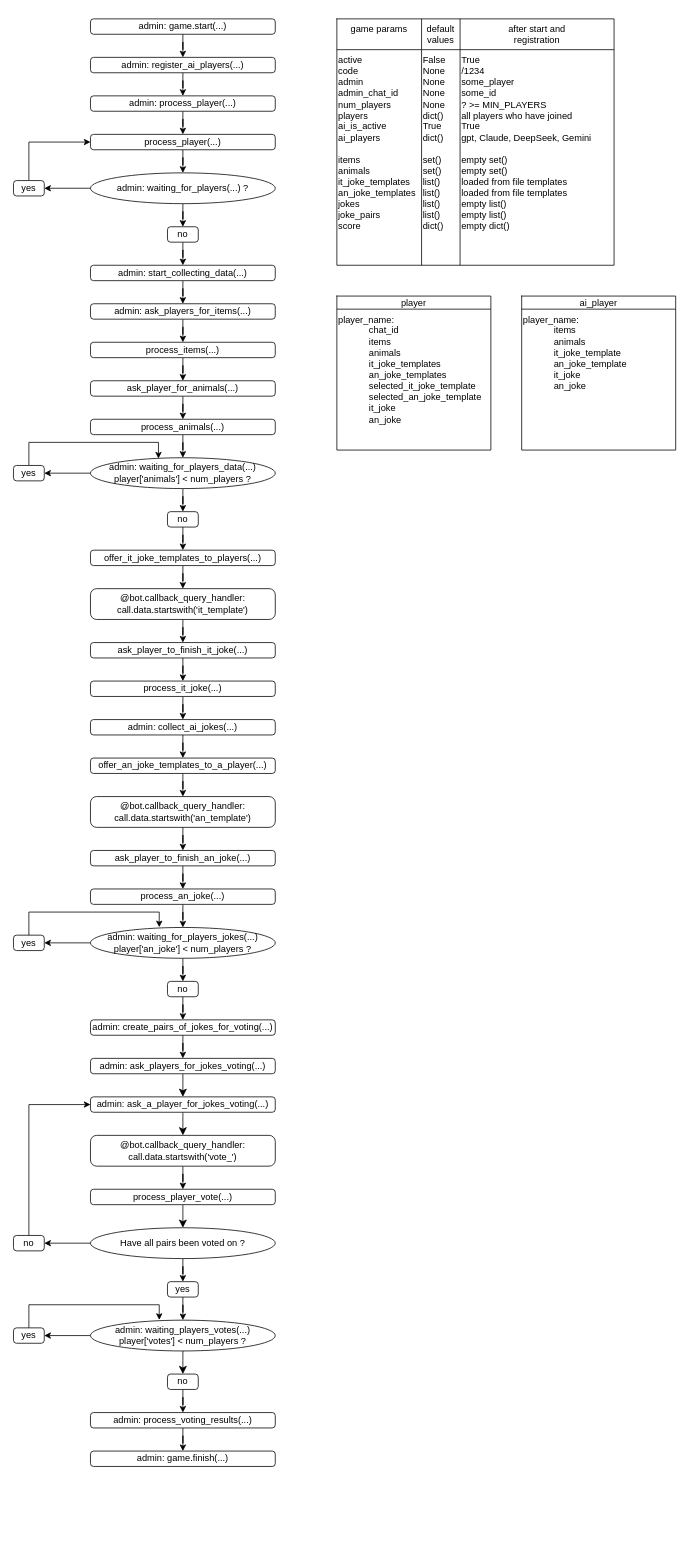
This is page "Page-1" (1 of 2) of telebot.drawio from yuko-37/smehahuehbot, a draw.io file, before an edit. Source tidied: cells renumbered, new cells numbered last; positions are measured from the earlier drawing's top-left corner, leaving out a move shared by most shapes. Both pictures are drawn from the tidied source at 77%, with x=0, y=0 at pixel (13, 18).
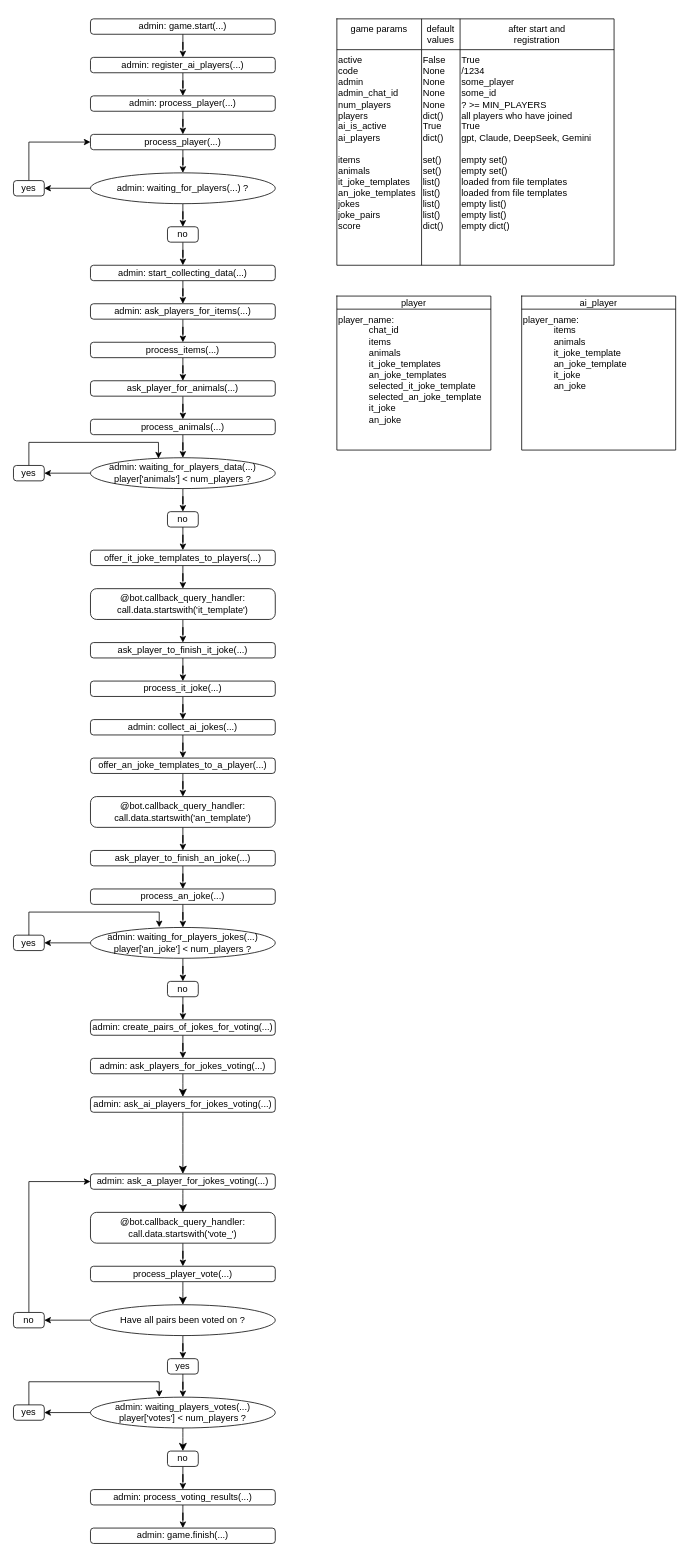
The same page after the edit.

Unchanged cells that the change refers to:
```xml
<mxCell id="76" value="admin: ask_players_for_jokes_voting(...)" style="rounded=1;whiteSpace=wrap;html=1;arcSize=20;" parent="1" vertex="1">
  <mxGeometry x="100" y="1350" width="240" height="20" as="geometry" />
</mxCell>
```

Change to the diagram source:
```diff
@@
-    <mxCell id="75" style="edgeStyle=none;curved=1;rounded=0;jettySize=auto;html=1;fontSize=12;startSize=8;endSize=8;" parent="1" edge="1" source="76" target="105">
-      <mxGeometry relative="1" as="geometry" />
-    </mxCell>
+    <mxCell id="106" style="edgeStyle=none;curved=1;rounded=0;jettySize=auto;html=1;fontSize=12;startSize=8;endSize=8;" parent="1" edge="1" source="76" target="108">
+      <mxGeometry relative="1" as="geometry" />
+    </mxCell>
@@
     <mxCell id="78" value="@bot.callback_query_handler:&lt;div&gt;call.data.startswith('vote_')&lt;/div&gt;" style="rounded=1;whiteSpace=wrap;html=1;arcSize=20;" parent="1" vertex="1">
-      <mxGeometry x="100" y="1450" width="240" height="40" as="geometry" />
+      <mxGeometry x="100" y="1550" width="240" height="40" as="geometry" />
     </mxCell>
@@
     <mxCell id="80" value="process_player_vote(...)" style="rounded=1;whiteSpace=wrap;html=1;arcSize=20;" parent="1" vertex="1">
-      <mxGeometry x="100" y="1520" width="240" height="20" as="geometry" />
+      <mxGeometry x="100" y="1620" width="240" height="20" as="geometry" />
     </mxCell>
@@
     <mxCell id="83" value="admin:&amp;nbsp;&lt;span style=&quot;background-color: transparent; color: light-dark(rgb(0, 0, 0), rgb(255, 255, 255));&quot;&gt;waiting_players_votes(...)&lt;/span&gt;&lt;div&gt;&lt;span style=&quot;background-color: transparent; color: light-dark(rgb(0, 0, 0), rgb(255, 255, 255));&quot;&gt;player['votes'] &amp;lt; num_players ?&lt;/span&gt;&lt;/div&gt;" style="ellipse;whiteSpace=wrap;html=1;" parent="1" vertex="1">
-      <mxGeometry x="100" y="1690" width="240" height="40" as="geometry" />
+      <mxGeometry x="100" y="1790" width="240" height="40" as="geometry" />
     </mxCell>
@@
     <mxCell id="85" value="no" style="rounded=1;whiteSpace=wrap;html=1;arcSize=20;" parent="1" vertex="1">
-      <mxGeometry x="200" y="1760" width="40" height="20" as="geometry" />
+      <mxGeometry x="200" y="1860" width="40" height="20" as="geometry" />
     </mxCell>
     <mxCell id="86" value="yes" style="rounded=1;whiteSpace=wrap;html=1;arcSize=20;" parent="1" vertex="1">
-      <mxGeometry y="1700" width="40" height="20" as="geometry" />
+      <mxGeometry y="1800" width="40" height="20" as="geometry" />
     </mxCell>
     <mxCell id="87" style="edgeStyle=orthogonalEdgeStyle;rounded=0;jettySize=auto;html=1;entryX=0.372;entryY=-0.008;entryDx=0;entryDy=0;entryPerimeter=0;" parent="1" edge="1" source="86" target="83">
       <mxGeometry relative="1" as="geometry">
         <Array as="points">
-          <mxPoint x="20" y="1670" />
-          <mxPoint x="189" y="1670" />
+          <mxPoint x="20" y="1770" />
+          <mxPoint x="189" y="1770" />
         </Array>
       </mxGeometry>
     </mxCell>
@@
     <mxCell id="92" value="Have all pairs been voted on ?" style="ellipse;whiteSpace=wrap;html=1;" parent="1" vertex="1">
-      <mxGeometry x="100" y="1570" width="240" height="40" as="geometry" />
+      <mxGeometry x="100" y="1670" width="240" height="40" as="geometry" />
     </mxCell>
@@
     <mxCell id="94" value="yes" style="rounded=1;whiteSpace=wrap;html=1;arcSize=20;" parent="1" vertex="1">
-      <mxGeometry x="200" y="1640" width="40" height="20" as="geometry" />
+      <mxGeometry x="200" y="1740" width="40" height="20" as="geometry" />
     </mxCell>
     <mxCell id="95" style="edgeStyle=orthogonalEdgeStyle;rounded=0;jettySize=auto;html=1;entryX=0;entryY=0.5;entryDx=0;entryDy=0;" parent="1" edge="1" source="96" target="105">
       <mxGeometry relative="1" as="geometry">
         <Array as="points">
-          <mxPoint x="20" y="1410" />
+          <mxPoint x="20" y="1510" />
         </Array>
       </mxGeometry>
     </mxCell>
     <mxCell id="96" value="no" style="rounded=1;whiteSpace=wrap;html=1;arcSize=20;" parent="1" vertex="1">
-      <mxGeometry y="1580" width="40" height="20" as="geometry" />
+      <mxGeometry y="1680" width="40" height="20" as="geometry" />
     </mxCell>
@@
     <mxCell id="98" value="admin: process_voting_results(...)" style="rounded=1;whiteSpace=wrap;html=1;arcSize=20;" parent="1" vertex="1">
-      <mxGeometry x="100" y="1810" width="240" height="20" as="geometry" />
+      <mxGeometry x="100" y="1910" width="240" height="20" as="geometry" />
     </mxCell>
     <mxCell id="99" value="admin: game.finish(...)" style="rounded=1;whiteSpace=wrap;html=1;arcSize=20;" parent="1" vertex="1">
-      <mxGeometry x="100" y="1860" width="240" height="20" as="geometry" />
+      <mxGeometry x="100" y="1960" width="240" height="20" as="geometry" />
     </mxCell>
@@
     <mxCell id="105" value="admin: ask_a_player_for_jokes_voting(...)" style="rounded=1;whiteSpace=wrap;html=1;arcSize=20;" parent="1" vertex="1">
-      <mxGeometry x="100" y="1400" width="240" height="20" as="geometry" />
+      <mxGeometry x="100" y="1500" width="240" height="20" as="geometry" />
     </mxCell>
+    <mxCell id="107" style="edgeStyle=none;curved=1;rounded=0;jettySize=auto;html=1;fontSize=12;startSize=8;endSize=8;" parent="1" edge="1" source="108" target="105">
+      <mxGeometry relative="1" as="geometry" />
+    </mxCell>
+    <mxCell id="108" value="admin: ask_ai_&lt;span style=&quot;background-color: transparent; color: light-dark(rgb(0, 0, 0), rgb(255, 255, 255));&quot;&gt;players_for_jokes_voting(...)&lt;/span&gt;" style="rounded=1;whiteSpace=wrap;html=1;arcSize=20;" parent="1" vertex="1">
+      <mxGeometry x="100" y="1400" width="240" height="20" as="geometry" />
+    </mxCell>
```
